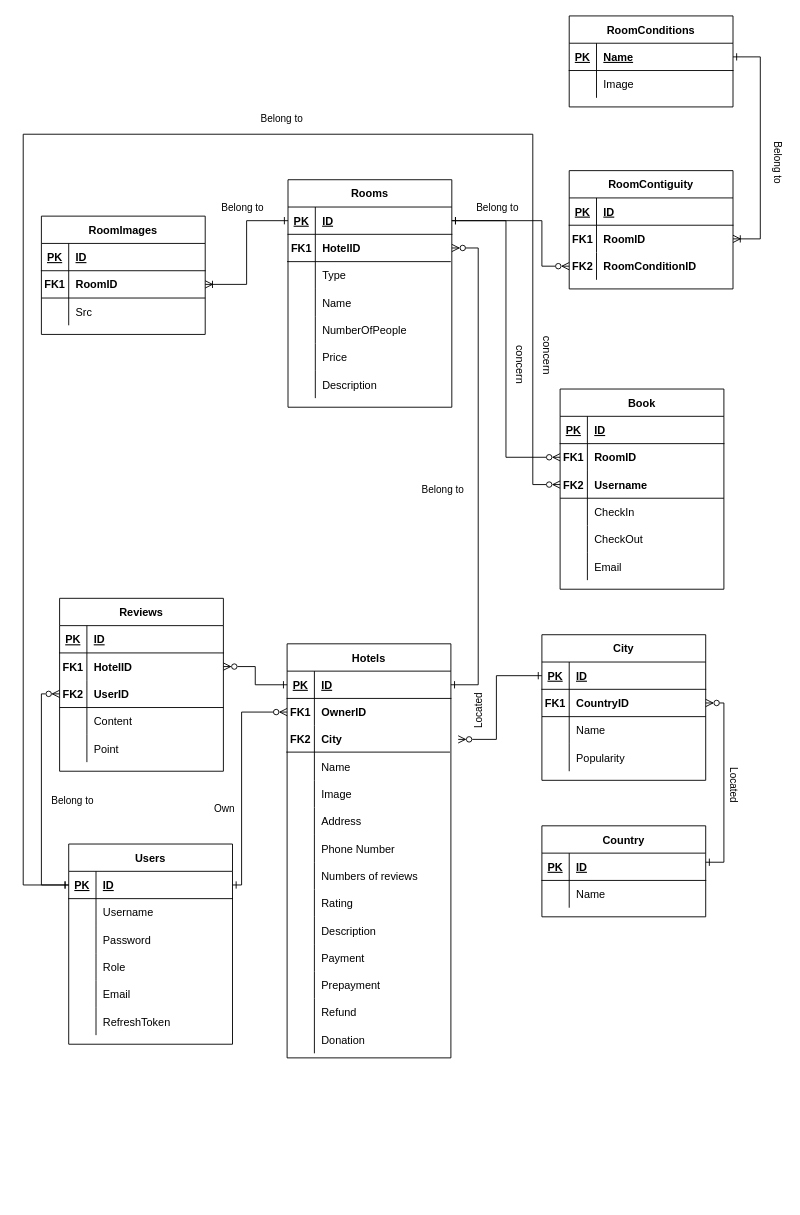
Earlier version of the draw.io diagram documentation/datalogical_diagram.drawio (semwett0301/booking-java-back). Source tidied: cells renumbered, new cells numbered last; positions are measured from the earlier drawing's top-left corner, leaving out a move shared by most shapes. Both pictures are drawn from the tidied source at 91%, with x=0, y=0 at pixel (23, 15).
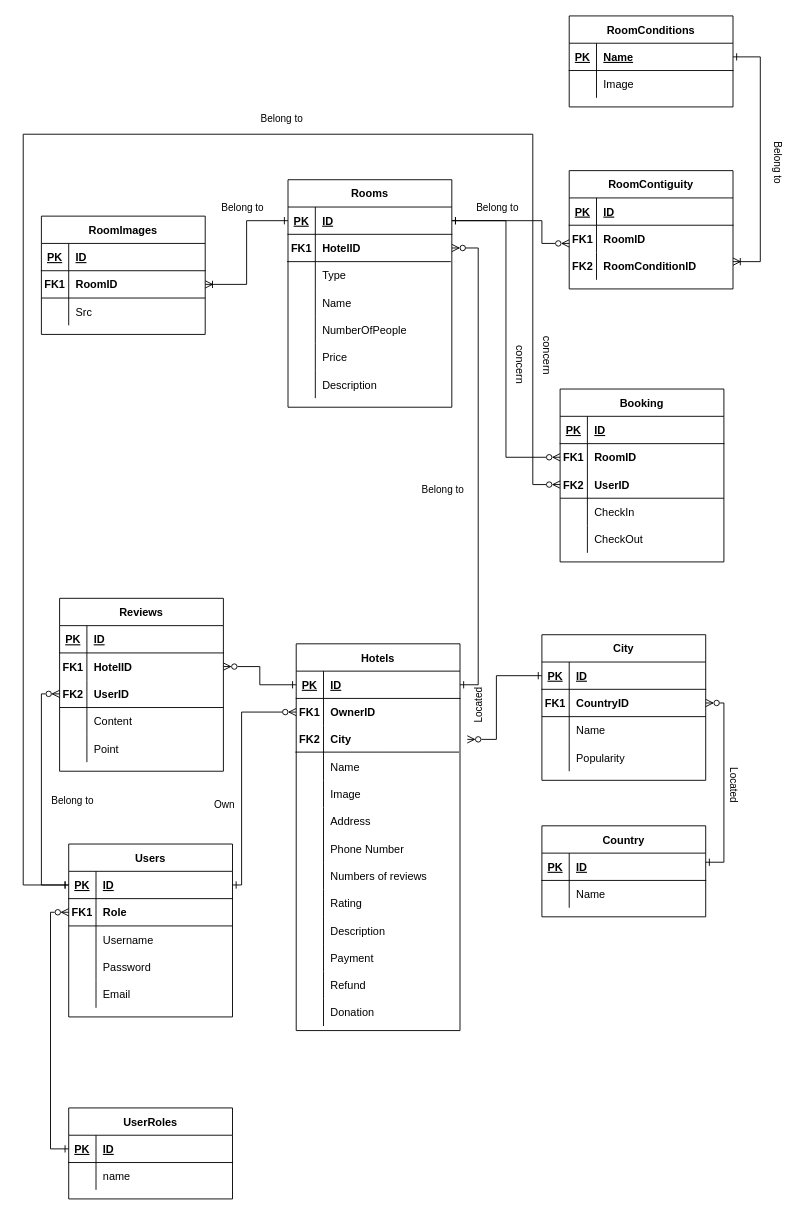
The same diagram, later.

Unchanged cells that the change refers to:
```xml
<mxCell id="50" style="shape=tableRow;horizontal=0;startSize=0;swimlaneHead=0;swimlaneBody=0;fillColor=none;points=[[0,0.5],[1,0.5]];portConstraint=eastwest;top=0;left=0;right=0;bottom=0;" parent="46" vertex="1">
  <mxGeometry y="60" width="180" height="30" as="geometry" />
</mxCell>
<mxCell id="53" style="shape=tableRow;horizontal=0;startSize=0;swimlaneHead=0;swimlaneBody=0;fillColor=none;top=0;left=0;right=0;bottom=0;" parent="46" vertex="1">
  <mxGeometry y="90" width="180" height="30" as="geometry" />
</mxCell>
<mxCell id="56" style="shape=tableRow;horizontal=0;startSize=0;swimlaneHead=0;swimlaneBody=0;fillColor=none;top=0;left=0;right=0;bottom=0;" parent="46" vertex="1">
  <mxGeometry y="120" width="180" height="30" as="geometry" />
</mxCell>
<mxCell id="115" style="shape=tableRow;horizontal=0;startSize=0;swimlaneHead=0;swimlaneBody=0;fillColor=none;points=[[0,0.5],[1,0.5]];portConstraint=eastwest;top=0;left=0;right=0;bottom=1;" parent="114" vertex="1">
  <mxGeometry y="30" width="180" height="30" as="geometry" />
</mxCell>
<mxCell id="157" style="shape=tableRow;horizontal=0;startSize=0;swimlaneHead=0;swimlaneBody=0;fillColor=none;points=[[0,0.5],[1,0.5]];portConstraint=eastwest;top=0;left=0;right=0;bottom=0;" parent="150" vertex="1">
  <mxGeometry y="90" width="180" height="30" as="geometry" />
</mxCell>
<mxCell id="170" style="shape=tableRow;horizontal=0;startSize=0;swimlaneHead=0;swimlaneBody=0;fillColor=none;points=[[0,0.5],[1,0.5]];portConstraint=eastwest;top=0;left=0;right=0;bottom=1;" parent="169" vertex="1">
  <mxGeometry y="30" width="180" height="30" as="geometry" />
</mxCell>
<mxCell id="183" style="shape=tableRow;horizontal=0;startSize=0;swimlaneHead=0;swimlaneBody=0;fillColor=none;points=[[0,0.5],[1,0.5]];portConstraint=eastwest;top=0;left=0;right=0;bottom=0;" parent="179" vertex="1">
  <mxGeometry y="60" width="180" height="30" as="geometry" />
</mxCell>
<mxCell id="186" style="shape=tableRow;horizontal=0;startSize=0;swimlaneHead=0;swimlaneBody=0;fillColor=none;points=[[0,0.5],[1,0.5]];portConstraint=eastwest;top=0;left=0;right=0;bottom=0;" parent="179" vertex="1">
  <mxGeometry y="90" width="180" height="30" as="geometry" />
</mxCell>
```

What changed in the source:
```diff
@@
     <mxCell id="2" value="Hotels" style="shape=table;startSize=30;childLayout=tableLayout;rowLines=0;fontStyle=1;align=center;" parent="1" vertex="1">
-      <mxGeometry x="290" y="690" width="180" height="455" as="geometry" />
+      <mxGeometry x="300" y="690" width="180" height="425" as="geometry" />
     </mxCell>
@@
-    <mxCell id="36" style="shape=tableRow;horizontal=0;startSize=0;swimlaneHead=0;swimlaneBody=0;fillColor=none;top=0;left=0;right=0;bottom=0;" parent="2" vertex="1">
-      <mxGeometry y="360" width="180" height="30" as="geometry" />
-    </mxCell>
-    <mxCell id="37" style="shape=partialRectangle;fillColor=none;top=0;left=0;bottom=0;right=0;overflow=hidden;" parent="36" vertex="1">
-      <mxGeometry width="30" height="30" as="geometry" />
-    </mxCell>
-    <mxCell id="38" value="Prepayment" style="shape=partialRectangle;fillColor=none;top=0;left=0;bottom=0;right=0;align=left;spacingLeft=6;overflow=hidden;" parent="36" vertex="1">
-      <mxGeometry x="30" width="150" height="30" as="geometry" />
-    </mxCell>
     <mxCell id="39" style="shape=tableRow;horizontal=0;startSize=0;swimlaneHead=0;swimlaneBody=0;fillColor=none;top=0;left=0;right=0;bottom=0;" parent="2" vertex="1">
-      <mxGeometry y="390" width="180" height="30" as="geometry" />
+      <mxGeometry y="360" width="180" height="30" as="geometry" />
     </mxCell>
@@
     <mxCell id="42" style="shape=tableRow;horizontal=0;startSize=0;swimlaneHead=0;swimlaneBody=0;fillColor=none;top=0;left=0;right=0;bottom=0;" parent="2" vertex="1">
-      <mxGeometry y="420" width="180" height="30" as="geometry" />
+      <mxGeometry y="390" width="180" height="30" as="geometry" />
     </mxCell>
@@
     <mxCell id="46" value="Users" style="shape=table;startSize=30;childLayout=tableLayout;rowLines=0;fontStyle=1;align=center;" parent="1" vertex="1">
-      <mxGeometry x="50" y="910" width="180" height="220" as="geometry" />
+      <mxGeometry x="50" y="910" width="180" height="190" as="geometry" />
     </mxCell>
@@
-    <mxCell id="51" style="shape=partialRectangle;fillColor=none;top=0;left=0;bottom=0;right=0;overflow=hidden;" parent="50" vertex="1">
+    <mxCell id="51" value="FK1" style="shape=partialRectangle;fillColor=none;top=0;left=0;bottom=0;right=0;overflow=hidden;fontStyle=1;" parent="50" vertex="1">
       <mxGeometry width="30" height="30" as="geometry" />
     </mxCell>
-    <mxCell id="52" value="Username" style="shape=partialRectangle;fillColor=none;top=0;left=0;bottom=0;right=0;align=left;spacingLeft=6;overflow=hidden;" parent="50" vertex="1">
+    <mxCell id="52" value="Role" style="shape=partialRectangle;fillColor=none;top=0;left=0;bottom=0;right=0;align=left;spacingLeft=6;overflow=hidden;fontStyle=1;" parent="50" vertex="1">
       <mxGeometry x="30" width="150" height="30" as="geometry" />
     </mxCell>
@@
-    <mxCell id="55" value="Password" style="shape=partialRectangle;fillColor=none;top=0;left=0;bottom=0;right=0;align=left;spacingLeft=6;overflow=hidden;" parent="53" vertex="1">
+    <mxCell id="55" value="Username" style="shape=partialRectangle;fillColor=none;top=0;left=0;bottom=0;right=0;align=left;spacingLeft=6;overflow=hidden;" parent="53" vertex="1">
       <mxGeometry x="30" width="150" height="30" as="geometry" />
     </mxCell>
@@
-    <mxCell id="58" value="Role" style="shape=partialRectangle;fillColor=none;top=0;left=0;bottom=0;right=0;align=left;spacingLeft=6;overflow=hidden;" parent="56" vertex="1">
+    <mxCell id="58" value="Password" style="shape=partialRectangle;fillColor=none;top=0;left=0;bottom=0;right=0;align=left;spacingLeft=6;overflow=hidden;" parent="56" vertex="1">
       <mxGeometry x="30" width="150" height="30" as="geometry" />
     </mxCell>
@@
-    <mxCell id="62" style="shape=tableRow;horizontal=0;startSize=0;swimlaneHead=0;swimlaneBody=0;fillColor=none;top=0;left=0;right=0;bottom=0;" parent="46" vertex="1">
-      <mxGeometry y="180" width="180" height="30" as="geometry" />
-    </mxCell>
-    <mxCell id="63" style="shape=partialRectangle;fillColor=none;top=0;left=0;bottom=0;right=0;overflow=hidden;" parent="62" vertex="1">
-      <mxGeometry width="30" height="30" as="geometry" />
-    </mxCell>
-    <mxCell id="64" value="RefreshToken" style="shape=partialRectangle;fillColor=none;top=0;left=0;bottom=0;right=0;align=left;spacingLeft=6;overflow=hidden;" parent="62" vertex="1">
-      <mxGeometry x="30" width="150" height="30" as="geometry" />
-    </mxCell>
@@
-    <mxCell id="150" value="Book" style="shape=table;startSize=30;childLayout=tableLayout;rowLines=0;fontStyle=1;align=center;" parent="1" vertex="1">
-      <mxGeometry x="590" y="410" width="180" height="220" as="geometry" />
+    <mxCell id="150" value="Booking" style="shape=table;startSize=30;childLayout=tableLayout;rowLines=0;fontStyle=1;align=center;" parent="1" vertex="1">
+      <mxGeometry x="590" y="410" width="180" height="190" as="geometry" />
     </mxCell>
@@
-    <mxCell id="159" value="Username" style="shape=partialRectangle;fillColor=none;top=0;left=0;bottom=0;right=0;align=left;spacingLeft=6;overflow=hidden;fontStyle=1;" parent="157" vertex="1">
+    <mxCell id="159" value="UserID" style="shape=partialRectangle;fillColor=none;top=0;left=0;bottom=0;right=0;align=left;spacingLeft=6;overflow=hidden;fontStyle=1;" parent="157" vertex="1">
       <mxGeometry x="30" width="150" height="30" as="geometry" />
     </mxCell>
@@
-    <mxCell id="166" style="shape=tableRow;horizontal=0;startSize=0;swimlaneHead=0;swimlaneBody=0;fillColor=none;top=0;left=0;right=0;bottom=0;" parent="150" vertex="1">
-      <mxGeometry y="180" width="180" height="30" as="geometry" />
-    </mxCell>
-    <mxCell id="167" style="shape=partialRectangle;fillColor=none;top=0;left=0;bottom=0;right=0;overflow=hidden;" parent="166" vertex="1">
-      <mxGeometry width="30" height="30" as="geometry" />
-    </mxCell>
-    <mxCell id="168" value="Email" style="shape=partialRectangle;fillColor=none;top=0;left=0;bottom=0;right=0;align=left;spacingLeft=6;overflow=hidden;" parent="166" vertex="1">
-      <mxGeometry x="30" width="150" height="30" as="geometry" />
-    </mxCell>
@@
-    <mxCell id="189" style="edgeStyle=orthogonalEdgeStyle;rounded=0;jettySize=auto;html=1;entryX=1;entryY=0.5;entryDx=0;entryDy=0;startArrow=ERone;startFill=0;endArrow=ERoneToMany;endFill=0;exitX=1;exitY=0.5;exitDx=0;exitDy=0;" parent="1" edge="1" source="170" target="183">
+    <mxCell id="189" style="edgeStyle=orthogonalEdgeStyle;rounded=0;jettySize=auto;html=1;startArrow=ERone;startFill=0;endArrow=ERoneToMany;endFill=0;exitX=1;exitY=0.5;exitDx=0;exitDy=0;" parent="1" edge="1" source="170">
       <mxGeometry relative="1" as="geometry">
+        <mxPoint x="780" y="270" as="targetPoint" />
         <Array as="points">
           <mxPoint x="810" y="45" />
-          <mxPoint x="810" y="245" />
+          <mxPoint x="810" y="270" />
+          <mxPoint x="780" y="270" />
         </Array>
       </mxGeometry>
     </mxCell>
-    <mxCell id="190" style="edgeStyle=orthogonalEdgeStyle;rounded=0;jettySize=auto;html=1;entryX=0;entryY=0.5;entryDx=0;entryDy=0;startArrow=ERone;startFill=0;endArrow=ERzeroToMany;endFill=0;" parent="1" edge="1" source="115" target="186">
+    <mxCell id="190" style="edgeStyle=orthogonalEdgeStyle;rounded=0;jettySize=auto;html=1;startArrow=ERone;startFill=0;endArrow=ERzeroToMany;endFill=0;" parent="1" edge="1" source="115">
       <mxGeometry relative="1" as="geometry">
+        <mxPoint x="600" y="250" as="targetPoint" />
         <Array as="points">
           <mxPoint x="570" y="225" />
-          <mxPoint x="570" y="275" />
+          <mxPoint x="570" y="250" />
+          <mxPoint x="600" y="250" />
         </Array>
       </mxGeometry>
     </mxCell>
@@
+    <mxCell id="200" value="UserRoles" style="shape=table;startSize=30;childLayout=tableLayout;rowLines=0;fontStyle=1;align=center;" parent="1" vertex="1">
+      <mxGeometry x="50" y="1200" width="180" height="100" as="geometry" />
+    </mxCell>
+    <mxCell id="201" style="shape=tableRow;horizontal=0;startSize=0;swimlaneHead=0;swimlaneBody=0;fillColor=none;points=[[0,0.5],[1,0.5]];portConstraint=eastwest;top=0;left=0;right=0;bottom=1;" parent="200" vertex="1">
+      <mxGeometry y="30" width="180" height="30" as="geometry" />
+    </mxCell>
+    <mxCell id="202" value="PK" style="shape=partialRectangle;fillColor=none;top=0;left=0;bottom=0;right=0;fontStyle=5;overflow=hidden;" parent="201" vertex="1">
+      <mxGeometry width="30" height="30" as="geometry" />
+    </mxCell>
+    <mxCell id="203" value="ID" style="shape=partialRectangle;fillColor=none;top=0;left=0;bottom=0;right=0;align=left;spacingLeft=6;fontStyle=5;overflow=hidden;" parent="201" vertex="1">
+      <mxGeometry x="30" width="150" height="30" as="geometry" />
+    </mxCell>
+    <mxCell id="204" style="shape=tableRow;horizontal=0;startSize=0;swimlaneHead=0;swimlaneBody=0;fillColor=none;top=0;left=0;right=0;bottom=0;" parent="200" vertex="1">
+      <mxGeometry y="60" width="180" height="30" as="geometry" />
+    </mxCell>
+    <mxCell id="205" style="shape=partialRectangle;fillColor=none;top=0;left=0;bottom=0;right=0;overflow=hidden;" parent="204" vertex="1">
+      <mxGeometry width="30" height="30" as="geometry" />
+    </mxCell>
+    <mxCell id="206" value="name" style="shape=partialRectangle;fillColor=none;top=0;left=0;bottom=0;right=0;align=left;spacingLeft=6;overflow=hidden;" parent="204" vertex="1">
+      <mxGeometry x="30" width="150" height="30" as="geometry" />
+    </mxCell>
+    <mxCell id="207" style="endArrow=none;html=1;rounded=0;exitX=0.036;exitY=0.891;exitDx=0;exitDy=0;exitPerimeter=0;entryX=0.954;entryY=0.804;entryDx=0;entryDy=0;entryPerimeter=0;" parent="1" edge="1">
+      <mxGeometry relative="1" as="geometry">
+        <mxPoint x="50.1" y="1000" as="sourcePoint" />
+        <mxPoint x="230" y="1000" as="targetPoint" />
+      </mxGeometry>
+    </mxCell>
+    <mxCell id="208" style="edgeStyle=orthogonalEdgeStyle;rounded=0;jettySize=auto;html=1;entryX=0;entryY=0.5;entryDx=0;entryDy=0;startArrow=ERone;startFill=0;endArrow=ERzeroToMany;endFill=0;exitX=0;exitY=0.5;exitDx=0;exitDy=0;" parent="1" edge="1" source="201" target="50">
+      <mxGeometry relative="1" as="geometry" />
+    </mxCell>
```
